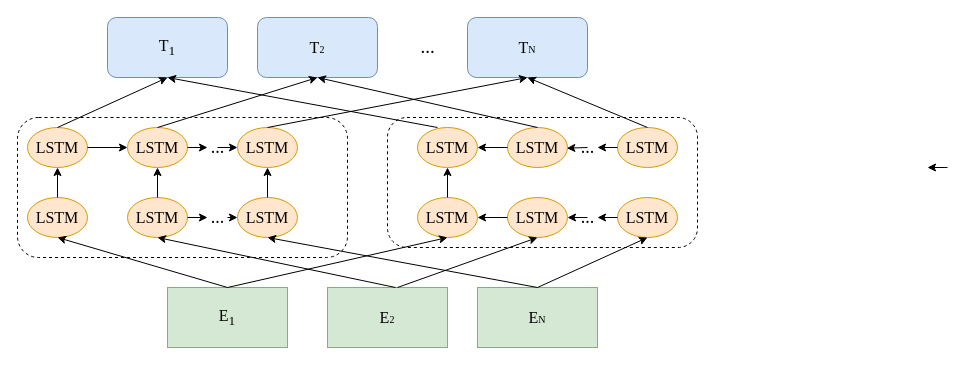
This is page "第 19 页" (19 of 21) of img/未命名绘图.drawio from Chenjingxue/ubiquitous-octo-garbanzo, a draw.io file, before an edit. Source tidied: cells renumbered, new cells numbered last; positions are measured from the earlier drawing's top-left corner, leaving out a move shared by most shapes. Both pictures are drawn from the tidied source at 100%, with x=0, y=0 at pixel (17, 17).
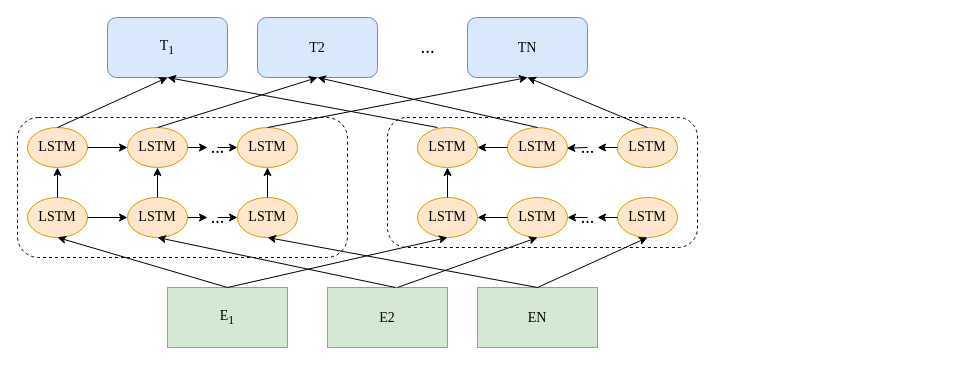
The same page after the edit.

Commit message:
更新未命名绘图.drawio

Unchanged cells that the change refers to:
```xml
<mxCell id="41" value="&lt;font style=&quot;font-size: 18px;&quot; face=&quot;Times New Roman&quot;&gt;...&lt;/font&gt;" style="text;html=1;align=center;verticalAlign=middle;points=[];strokeColor=none;fillColor=none;" parent="1" vertex="1">
  <mxGeometry x="180" y="180" width="40" height="40" as="geometry" />
</mxCell>
```

The edit, as a diff of the source:
```diff
@@
-    <mxCell id="4" value="&lt;span style=&quot;font-family: &amp;quot;Times New Roman&amp;quot;; font-size: 16px;&quot;&gt;T&lt;/span&gt;&lt;span style=&quot;font-family: &amp;quot;Times New Roman&amp;quot;; font-size: 10px;&quot;&gt;2&lt;/span&gt;" style="rounded=1;whiteSpace=wrap;html=1;fillColor=#dae8fc;strokeColor=#6c8ebf;" parent="1" vertex="1">
+    <mxCell id="4" value="&lt;font style=&quot;font-size: 14px;&quot;&gt;&lt;span style=&quot;font-family: &amp;quot;Times New Roman&amp;quot;;&quot;&gt;T&lt;/span&gt;&lt;span style=&quot;font-family: &amp;quot;Times New Roman&amp;quot;;&quot;&gt;2&lt;/span&gt;&lt;/font&gt;" style="rounded=1;whiteSpace=wrap;html=1;fillColor=#dae8fc;strokeColor=#6c8ebf;" parent="1" vertex="1">
       <mxGeometry x="240" width="120" height="60" as="geometry" />
     </mxCell>
-    <mxCell id="5" value="&lt;span style=&quot;font-family: &amp;quot;Times New Roman&amp;quot;; font-size: 16px;&quot;&gt;T&lt;/span&gt;&lt;span style=&quot;font-family: &amp;quot;Times New Roman&amp;quot;; font-size: 10px;&quot;&gt;N&lt;/span&gt;" style="rounded=1;whiteSpace=wrap;html=1;fillColor=#dae8fc;strokeColor=#6c8ebf;" parent="1" vertex="1">
+    <mxCell id="5" value="&lt;font style=&quot;font-size: 14px;&quot;&gt;&lt;span style=&quot;font-family: &amp;quot;Times New Roman&amp;quot;;&quot;&gt;T&lt;/span&gt;&lt;span style=&quot;font-family: &amp;quot;Times New Roman&amp;quot;;&quot;&gt;N&lt;/span&gt;&lt;/font&gt;" style="rounded=1;whiteSpace=wrap;html=1;fillColor=#dae8fc;strokeColor=#6c8ebf;" parent="1" vertex="1">
       <mxGeometry x="450" width="120" height="60" as="geometry" />
     </mxCell>
-    <mxCell id="6" value="&lt;font style=&quot;font-size: 16px;&quot; face=&quot;Times New Roman&quot;&gt;T&lt;sub&gt;1&lt;/sub&gt;&lt;/font&gt;" style="rounded=1;whiteSpace=wrap;html=1;fillColor=#dae8fc;strokeColor=#6c8ebf;" parent="1" vertex="1">
+    <mxCell id="6" value="&lt;font style=&quot;font-size: 14px;&quot; face=&quot;Times New Roman&quot;&gt;T&lt;sub style=&quot;&quot;&gt;1&lt;/sub&gt;&lt;/font&gt;" style="rounded=1;whiteSpace=wrap;html=1;fillColor=#dae8fc;strokeColor=#6c8ebf;" parent="1" vertex="1">
       <mxGeometry x="90" width="120" height="60" as="geometry" />
     </mxCell>
-    <mxCell id="7" value="&lt;font style=&quot;font-size: 16px;&quot; face=&quot;Times New Roman&quot;&gt;LSTM&lt;/font&gt;" style="ellipse;whiteSpace=wrap;html=1;fillColor=#ffe6cc;strokeColor=#d79b00;" parent="1" vertex="1">
+    <mxCell id="7" value="&lt;font style=&quot;font-size: 14px;&quot; face=&quot;Times New Roman&quot;&gt;LSTM&lt;/font&gt;" style="ellipse;whiteSpace=wrap;html=1;fillColor=#ffe6cc;strokeColor=#d79b00;" parent="1" vertex="1">
       <mxGeometry x="10" y="110" width="60" height="40" as="geometry" />
     </mxCell>
-    <mxCell id="8" value="&lt;span style=&quot;font-family: &amp;quot;Times New Roman&amp;quot;; font-size: 16px;&quot;&gt;LSTM&lt;/span&gt;" style="ellipse;whiteSpace=wrap;html=1;fillColor=#ffe6cc;strokeColor=#d79b00;" parent="1" vertex="1">
+    <mxCell id="8" value="&lt;span style=&quot;font-family: &amp;quot;Times New Roman&amp;quot;;&quot;&gt;&lt;font style=&quot;font-size: 14px;&quot;&gt;LSTM&lt;/font&gt;&lt;/span&gt;" style="ellipse;whiteSpace=wrap;html=1;fillColor=#ffe6cc;strokeColor=#d79b00;" parent="1" vertex="1">
       <mxGeometry x="110" y="110" width="60" height="40" as="geometry" />
     </mxCell>
-    <mxCell id="9" value="&lt;span style=&quot;font-family: &amp;quot;Times New Roman&amp;quot;; font-size: 16px;&quot;&gt;LSTM&lt;/span&gt;" style="ellipse;whiteSpace=wrap;html=1;fillColor=#ffe6cc;strokeColor=#d79b00;" parent="1" vertex="1">
+    <mxCell id="9" value="&lt;span style=&quot;font-family: &amp;quot;Times New Roman&amp;quot;;&quot;&gt;&lt;font style=&quot;font-size: 14px;&quot;&gt;LSTM&lt;/font&gt;&lt;/span&gt;" style="ellipse;whiteSpace=wrap;html=1;fillColor=#ffe6cc;strokeColor=#d79b00;" parent="1" vertex="1">
       <mxGeometry x="220" y="110" width="60" height="40" as="geometry" />
     </mxCell>
-    <mxCell id="10" value="&lt;span style=&quot;font-family: &amp;quot;Times New Roman&amp;quot;; font-size: 16px;&quot;&gt;LSTM&lt;/span&gt;" style="ellipse;whiteSpace=wrap;html=1;fillColor=#ffe6cc;strokeColor=#d79b00;" parent="1" vertex="1">
+    <mxCell id="10" value="&lt;span style=&quot;font-family: &amp;quot;Times New Roman&amp;quot;;&quot;&gt;&lt;font style=&quot;font-size: 14px;&quot;&gt;LSTM&lt;/font&gt;&lt;/span&gt;" style="ellipse;whiteSpace=wrap;html=1;fillColor=#ffe6cc;strokeColor=#d79b00;" parent="1" vertex="1">
       <mxGeometry x="10" y="180" width="60" height="40" as="geometry" />
     </mxCell>
-    <mxCell id="11" value="&lt;span style=&quot;font-family: &amp;quot;Times New Roman&amp;quot;; font-size: 16px;&quot;&gt;LSTM&lt;/span&gt;" style="ellipse;whiteSpace=wrap;html=1;fillColor=#ffe6cc;strokeColor=#d79b00;" parent="1" vertex="1">
+    <mxCell id="11" value="&lt;span style=&quot;font-family: &amp;quot;Times New Roman&amp;quot;;&quot;&gt;&lt;font style=&quot;font-size: 14px;&quot;&gt;LSTM&lt;/font&gt;&lt;/span&gt;" style="ellipse;whiteSpace=wrap;html=1;fillColor=#ffe6cc;strokeColor=#d79b00;" parent="1" vertex="1">
       <mxGeometry x="110" y="180" width="60" height="40" as="geometry" />
     </mxCell>
-    <mxCell id="12" value="&lt;span style=&quot;font-family: &amp;quot;Times New Roman&amp;quot;; font-size: 16px;&quot;&gt;LSTM&lt;/span&gt;" style="ellipse;whiteSpace=wrap;html=1;fillColor=#ffe6cc;strokeColor=#d79b00;" parent="1" vertex="1">
+    <mxCell id="12" value="&lt;span style=&quot;font-family: &amp;quot;Times New Roman&amp;quot;;&quot;&gt;&lt;font style=&quot;font-size: 14px;&quot;&gt;LSTM&lt;/font&gt;&lt;/span&gt;" style="ellipse;whiteSpace=wrap;html=1;fillColor=#ffe6cc;strokeColor=#d79b00;" parent="1" vertex="1">
       <mxGeometry x="220" y="180" width="60" height="40" as="geometry" />
     </mxCell>
-    <mxCell id="13" value="&lt;span style=&quot;font-family: &amp;quot;Times New Roman&amp;quot;; font-size: 16px;&quot;&gt;LSTM&lt;/span&gt;" style="ellipse;whiteSpace=wrap;html=1;fillColor=#ffe6cc;strokeColor=#d79b00;" parent="1" vertex="1">
+    <mxCell id="13" value="&lt;span style=&quot;font-family: &amp;quot;Times New Roman&amp;quot;;&quot;&gt;&lt;font style=&quot;font-size: 14px;&quot;&gt;LSTM&lt;/font&gt;&lt;/span&gt;" style="ellipse;whiteSpace=wrap;html=1;fillColor=#ffe6cc;strokeColor=#d79b00;" parent="1" vertex="1">
       <mxGeometry x="400" y="110" width="60" height="40" as="geometry" />
     </mxCell>
-    <mxCell id="14" value="&lt;span style=&quot;font-family: &amp;quot;Times New Roman&amp;quot;; font-size: 16px;&quot;&gt;LSTM&lt;/span&gt;" style="ellipse;whiteSpace=wrap;html=1;fillColor=#ffe6cc;strokeColor=#d79b00;" parent="1" vertex="1">
+    <mxCell id="14" value="&lt;span style=&quot;font-family: &amp;quot;Times New Roman&amp;quot;;&quot;&gt;&lt;font style=&quot;font-size: 14px;&quot;&gt;LSTM&lt;/font&gt;&lt;/span&gt;" style="ellipse;whiteSpace=wrap;html=1;fillColor=#ffe6cc;strokeColor=#d79b00;" parent="1" vertex="1">
       <mxGeometry x="490" y="110" width="60" height="40" as="geometry" />
     </mxCell>
-    <mxCell id="15" value="&lt;span style=&quot;font-family: &amp;quot;Times New Roman&amp;quot;; font-size: 16px;&quot;&gt;LSTM&lt;/span&gt;" style="ellipse;whiteSpace=wrap;html=1;fillColor=#ffe6cc;strokeColor=#d79b00;" parent="1" vertex="1">
+    <mxCell id="15" value="&lt;span style=&quot;font-family: &amp;quot;Times New Roman&amp;quot;;&quot;&gt;&lt;font style=&quot;font-size: 14px;&quot;&gt;LSTM&lt;/font&gt;&lt;/span&gt;" style="ellipse;whiteSpace=wrap;html=1;fillColor=#ffe6cc;strokeColor=#d79b00;" parent="1" vertex="1">
       <mxGeometry x="600" y="110" width="60" height="40" as="geometry" />
     </mxCell>
-    <mxCell id="16" value="&lt;span style=&quot;font-family: &amp;quot;Times New Roman&amp;quot;; font-size: 16px;&quot;&gt;LSTM&lt;/span&gt;" style="ellipse;whiteSpace=wrap;html=1;fillColor=#ffe6cc;strokeColor=#d79b00;" parent="1" vertex="1">
+    <mxCell id="16" value="&lt;span style=&quot;font-family: &amp;quot;Times New Roman&amp;quot;;&quot;&gt;&lt;font style=&quot;font-size: 14px;&quot;&gt;LSTM&lt;/font&gt;&lt;/span&gt;" style="ellipse;whiteSpace=wrap;html=1;fillColor=#ffe6cc;strokeColor=#d79b00;" parent="1" vertex="1">
       <mxGeometry x="400" y="180" width="60" height="40" as="geometry" />
     </mxCell>
-    <mxCell id="17" value="&lt;span style=&quot;font-family: &amp;quot;Times New Roman&amp;quot;; font-size: 16px;&quot;&gt;LSTM&lt;/span&gt;" style="ellipse;whiteSpace=wrap;html=1;fillColor=#ffe6cc;strokeColor=#d79b00;" parent="1" vertex="1">
+    <mxCell id="17" value="&lt;span style=&quot;font-family: &amp;quot;Times New Roman&amp;quot;;&quot;&gt;&lt;font style=&quot;font-size: 14px;&quot;&gt;LSTM&lt;/font&gt;&lt;/span&gt;" style="ellipse;whiteSpace=wrap;html=1;fillColor=#ffe6cc;strokeColor=#d79b00;" parent="1" vertex="1">
       <mxGeometry x="490" y="180" width="60" height="40" as="geometry" />
     </mxCell>
-    <mxCell id="18" value="&lt;span style=&quot;font-family: &amp;quot;Times New Roman&amp;quot;; font-size: 16px;&quot;&gt;LSTM&lt;/span&gt;" style="ellipse;whiteSpace=wrap;html=1;fillColor=#ffe6cc;strokeColor=#d79b00;" parent="1" vertex="1">
+    <mxCell id="18" value="&lt;span style=&quot;font-family: &amp;quot;Times New Roman&amp;quot;;&quot;&gt;&lt;font style=&quot;font-size: 14px;&quot;&gt;LSTM&lt;/font&gt;&lt;/span&gt;" style="ellipse;whiteSpace=wrap;html=1;fillColor=#ffe6cc;strokeColor=#d79b00;" parent="1" vertex="1">
       <mxGeometry x="600" y="180" width="60" height="40" as="geometry" />
     </mxCell>
-    <mxCell id="19" value="&lt;span style=&quot;font-family: &amp;quot;Times New Roman&amp;quot;; font-size: 16px;&quot;&gt;E&lt;/span&gt;&lt;span style=&quot;font-family: &amp;quot;Times New Roman&amp;quot;; font-size: 10px;&quot;&gt;2&lt;/span&gt;" style="rounded=0;whiteSpace=wrap;html=1;fillColor=#d5e8d4;strokeColor=#82b366;" parent="1" vertex="1">
+    <mxCell id="19" value="&lt;font style=&quot;font-size: 14px;&quot;&gt;&lt;span style=&quot;font-family: &amp;quot;Times New Roman&amp;quot;;&quot;&gt;E&lt;/span&gt;&lt;span style=&quot;font-family: &amp;quot;Times New Roman&amp;quot;;&quot;&gt;2&lt;/span&gt;&lt;/font&gt;" style="rounded=0;whiteSpace=wrap;html=1;fillColor=#d5e8d4;strokeColor=#82b366;" parent="1" vertex="1">
       <mxGeometry x="310" y="270" width="120" height="60" as="geometry" />
     </mxCell>
-    <mxCell id="20" value="&lt;font style=&quot;font-size: 16px;&quot; face=&quot;Times New Roman&quot;&gt;E&lt;sub&gt;1&lt;/sub&gt;&lt;/font&gt;" style="rounded=0;whiteSpace=wrap;html=1;fillColor=#d5e8d4;strokeColor=#82b366;" parent="1" vertex="1">
+    <mxCell id="20" value="&lt;font style=&quot;font-size: 14px;&quot; face=&quot;Times New Roman&quot;&gt;E&lt;sub style=&quot;&quot;&gt;1&lt;/sub&gt;&lt;/font&gt;" style="rounded=0;whiteSpace=wrap;html=1;fillColor=#d5e8d4;strokeColor=#82b366;" parent="1" vertex="1">
       <mxGeometry x="150" y="270" width="120" height="60" as="geometry" />
     </mxCell>
-    <mxCell id="21" value="&lt;span style=&quot;font-family: &amp;quot;Times New Roman&amp;quot;; font-size: 16px;&quot;&gt;E&lt;/span&gt;&lt;span style=&quot;font-family: &amp;quot;Times New Roman&amp;quot;; font-size: 10px;&quot;&gt;N&lt;/span&gt;" style="rounded=0;whiteSpace=wrap;html=1;fillColor=#d5e8d4;strokeColor=#82b366;" parent="1" vertex="1">
+    <mxCell id="21" value="&lt;font style=&quot;font-size: 14px;&quot;&gt;&lt;span style=&quot;font-family: &amp;quot;Times New Roman&amp;quot;;&quot;&gt;E&lt;/span&gt;&lt;span style=&quot;font-family: &amp;quot;Times New Roman&amp;quot;;&quot;&gt;N&lt;/span&gt;&lt;/font&gt;" style="rounded=0;whiteSpace=wrap;html=1;fillColor=#d5e8d4;strokeColor=#82b366;" parent="1" vertex="1">
       <mxGeometry x="460" y="270" width="120" height="60" as="geometry" />
     </mxCell>
@@
-    <mxCell id="42" style="endArrow=classic;html=1;rounded=0;exitX=0.75;exitY=0.5;exitDx=0;exitDy=0;exitPerimeter=0;entryX=0;entryY=0.5;entryDx=0;entryDy=0;" parent="1" edge="1" source="41" target="12">
-      <mxGeometry relative="1" as="geometry" />
+    <mxCell id="42" style="endArrow=classic;html=1;rounded=0;entryX=0;entryY=0.5;entryDx=0;entryDy=0;" parent="1" edge="1" target="12">
+      <mxGeometry relative="1" as="geometry">
+        <mxPoint x="200" y="200" as="sourcePoint" />
+      </mxGeometry>
     </mxCell>
@@
-    <mxCell id="51" style="endArrow=classic;html=1;rounded=0;entryX=1;entryY=0.5;entryDx=0;entryDy=0;" parent="1" edge="1">
-      <mxGeometry relative="1" as="geometry">
-        <mxPoint x="930" y="150" as="sourcePoint" />
-        <mxPoint x="910" y="150" as="targetPoint" />
-      </mxGeometry>
+    <mxCell id="51" style="endArrow=classic;html=1;rounded=0;entryX=0;entryY=0.5;entryDx=0;entryDy=0;exitX=1;exitY=0.5;exitDx=0;exitDy=0;" parent="1" edge="1" source="10" target="11">
+      <mxGeometry relative="1" as="geometry" />
     </mxCell>
```
